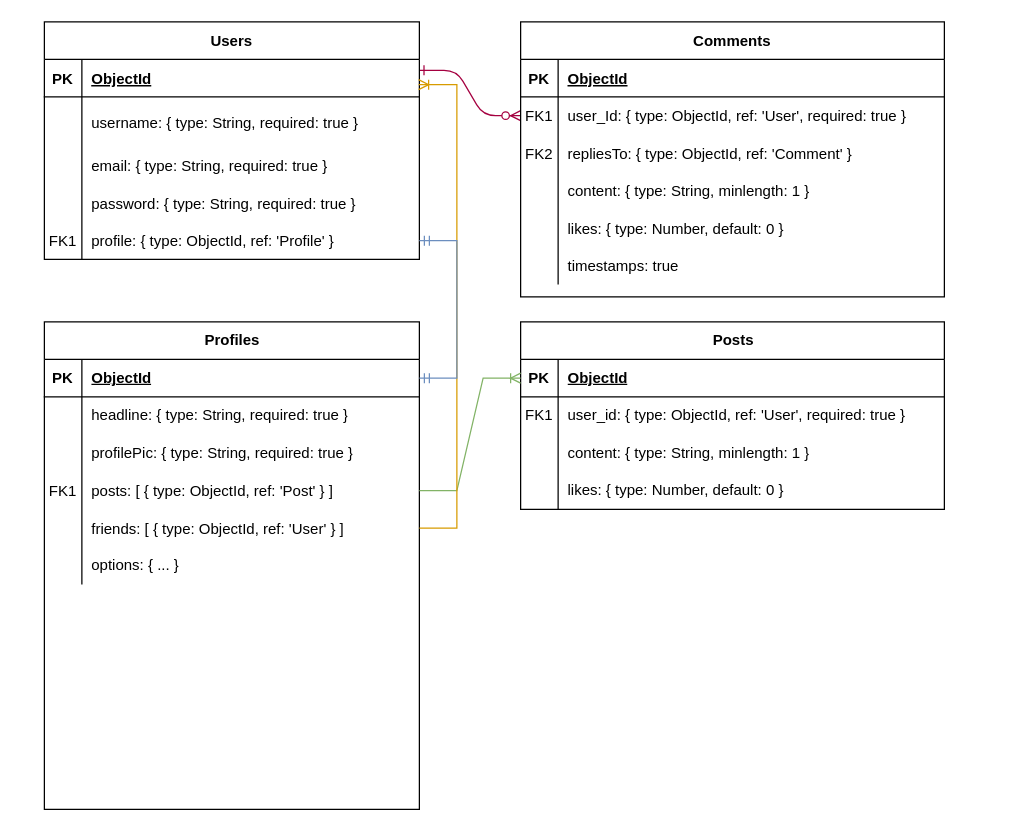
ms097530/PS-final-project keeps this draw.io diagram as SOCIALMEDIA-ERD.drawio. Above is the earlier version. Source tidied: cells renumbered, new cells numbered last; positions are measured from the earlier drawing's top-left corner, leaving out a move shared by most shapes. Both pictures are drawn from the tidied source at 125%, with x=0, y=0 at pixel (44, 21).
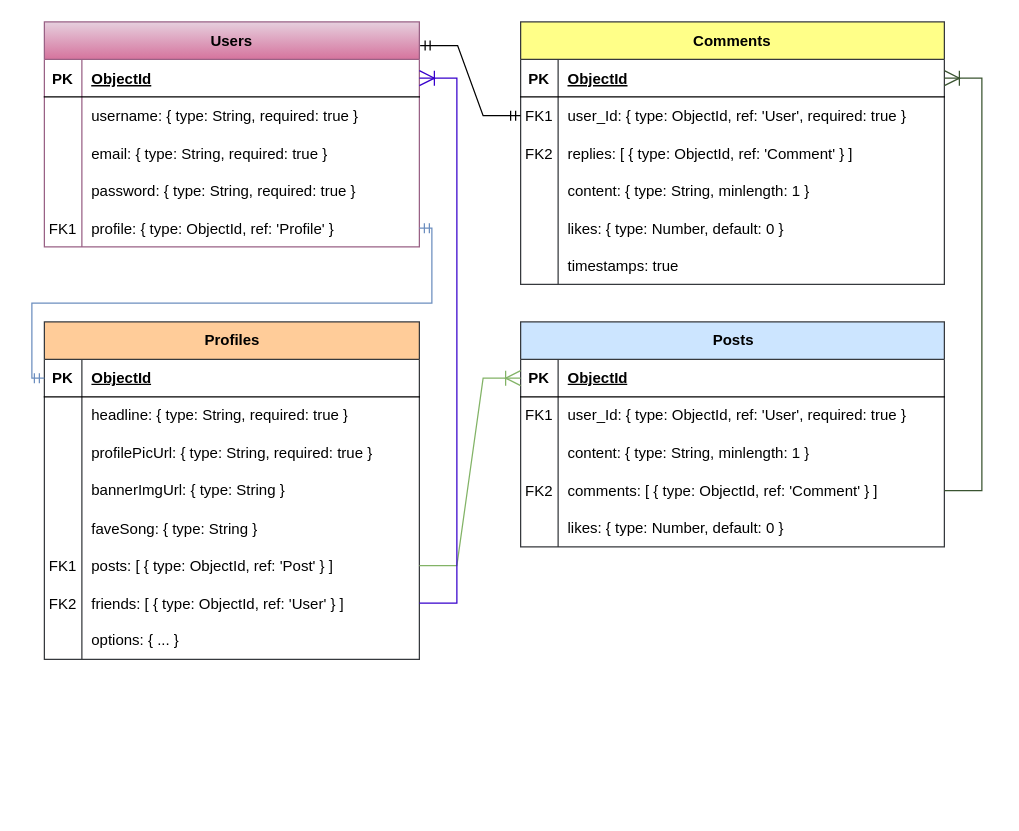
Above is the later version.

Unchanged cells that the change refers to:
```xml
<mxCell id="4" style="shape=partialRectangle;fillColor=none;points=[[0,0.5],[1,0.5]];portConstraint=eastwest;top=0;left=0;right=0;bottom=1;" parent="3" vertex="1">
  <mxGeometry y="30" width="339" height="30" as="geometry" />
</mxCell>
<mxCell id="7" style="shape=partialRectangle;fillColor=none;points=[[0,0.5],[1,0.5]];portConstraint=eastwest;top=0;left=0;right=0;bottom=0;" parent="3" vertex="1">
  <mxGeometry y="60" width="339" height="30" as="geometry" />
</mxCell>
<mxCell id="10" style="shape=tableRow;horizontal=0;startSize=0;swimlaneHead=0;swimlaneBody=0;fillColor=none;top=0;left=0;right=0;bottom=0;" parent="3" vertex="1">
  <mxGeometry y="90" width="339" height="30" as="geometry" />
</mxCell>
<mxCell id="23" style="shape=partialRectangle;fillColor=none;points=[[0,0.5],[1,0.5]];portConstraint=eastwest;top=0;left=0;right=0;bottom=1;" parent="22" vertex="1">
  <mxGeometry y="30" width="300" height="30" as="geometry" />
</mxCell>
<mxCell id="39" style="shape=tableRow;horizontal=0;startSize=0;swimlaneHead=0;swimlaneBody=0;fillColor=none;points=[[0,0.5],[1,0.5]];portConstraint=eastwest;top=0;left=0;right=0;bottom=1;" parent="38" vertex="1">
  <mxGeometry y="30" width="300" height="30" as="geometry" />
</mxCell>
<mxCell id="45" style="shape=tableRow;horizontal=0;startSize=0;swimlaneHead=0;swimlaneBody=0;fillColor=none;top=0;left=0;right=0;bottom=0;" parent="38" vertex="1">
  <mxGeometry y="90" width="300" height="30" as="geometry" />
</mxCell>
<mxCell id="58" style="shape=tableRow;horizontal=0;startSize=0;swimlaneHead=0;swimlaneBody=0;fillColor=none;points=[[0,0.5],[1,0.5]];portConstraint=eastwest;top=0;left=0;right=0;bottom=1;" parent="57" vertex="1">
  <mxGeometry y="30" width="339" height="30" as="geometry" />
</mxCell>
<mxCell id="61" style="shape=tableRow;horizontal=0;startSize=0;swimlaneHead=0;swimlaneBody=0;fillColor=none;top=0;left=0;right=0;bottom=0;" parent="57" vertex="1">
  <mxGeometry y="60" width="339" height="30" as="geometry" />
</mxCell>
```

The edit, as a diff of the source:
```diff
@@
-    <mxCell id="2" style="edgeStyle=entityRelationEdgeStyle;endArrow=ERzeroToMany;startArrow=ERone;endFill=1;startFill=0;exitX=0.999;exitY=0.293;exitDx=0;exitDy=0;exitPerimeter=0;fillColor=#d80073;strokeColor=#A50040;" parent="1" edge="1" source="23" target="7">
-      <mxGeometry relative="1" as="geometry" />
-    </mxCell>
-    <mxCell id="3" value="Comments" style="shape=table;startSize=30;childLayout=tableLayout;rowLines=0;fontStyle=1;align=center;" parent="1" vertex="1">
-      <mxGeometry x="381" width="339" height="220" as="geometry" />
+    <mxCell id="3" value="Comments" style="shape=table;startSize=30;childLayout=tableLayout;rowLines=0;fontStyle=1;align=center;fillColor=#ffff88;strokeColor=#36393d;" parent="1" vertex="1">
+      <mxGeometry x="381" width="339" height="210" as="geometry" />
     </mxCell>
@@
-    <mxCell id="12" value="repliesTo: { type: ObjectId, ref: 'Comment' }" style="shape=partialRectangle;fillColor=none;top=0;left=0;bottom=0;right=0;align=left;spacingLeft=6;overflow=hidden;" parent="10" vertex="1">
+    <mxCell id="12" value="replies: [ { type: ObjectId, ref: 'Comment' } ]" style="shape=partialRectangle;fillColor=none;top=0;left=0;bottom=0;right=0;align=left;spacingLeft=6;overflow=hidden;" parent="10" vertex="1">
       <mxGeometry x="30" width="309" height="30" as="geometry" />
     </mxCell>
@@
-    <mxCell id="22" value="Users" style="shape=table;startSize=30;childLayout=tableLayout;rowLines=0;fontStyle=1;align=center;" parent="1" vertex="1">
-      <mxGeometry width="300" height="190" as="geometry" />
+    <mxCell id="22" value="Users" style="shape=table;startSize=30;childLayout=tableLayout;rowLines=0;fontStyle=1;align=center;fillColor=#e6d0de;gradientColor=#d5739d;strokeColor=#996185;" parent="1" vertex="1">
+      <mxGeometry width="300" height="180" as="geometry" />
     </mxCell>
@@
     <mxCell id="26" style="shape=partialRectangle;fillColor=none;top=0;left=0;right=0;bottom=0;" parent="22" vertex="1">
-      <mxGeometry y="60" width="300" height="40" as="geometry" />
+      <mxGeometry y="60" width="300" height="30" as="geometry" />
     </mxCell>
     <mxCell id="27" style="shape=partialRectangle;overflow=hidden;fillColor=none;top=0;left=0;bottom=0;right=0;" parent="26" vertex="1">
-      <mxGeometry width="30" height="40" as="geometry" />
+      <mxGeometry width="30" height="30" as="geometry" />
     </mxCell>
     <mxCell id="28" value="username: { type: String, required: true }" style="shape=partialRectangle;overflow=hidden;fillColor=none;top=0;left=0;bottom=0;right=0;align=left;spacingLeft=6;" parent="26" vertex="1">
-      <mxGeometry x="30" width="270" height="40" as="geometry" />
+      <mxGeometry x="30" width="270" height="30" as="geometry" />
     </mxCell>
     <mxCell id="29" style="shape=tableRow;horizontal=0;startSize=0;swimlaneHead=0;swimlaneBody=0;fillColor=none;top=0;left=0;right=0;bottom=0;" parent="22" vertex="1">
-      <mxGeometry y="100" width="300" height="30" as="geometry" />
+      <mxGeometry y="90" width="300" height="30" as="geometry" />
     </mxCell>
@@
     <mxCell id="32" style="shape=tableRow;horizontal=0;startSize=0;swimlaneHead=0;swimlaneBody=0;fillColor=none;top=0;left=0;right=0;bottom=0;" parent="22" vertex="1">
-      <mxGeometry y="130" width="300" height="30" as="geometry" />
+      <mxGeometry y="120" width="300" height="30" as="geometry" />
     </mxCell>
@@
     <mxCell id="35" style="shape=tableRow;horizontal=0;startSize=0;swimlaneHead=0;swimlaneBody=0;fillColor=none;points=[[0,0.5],[1,0.5]];portConstraint=eastwest;top=0;left=0;right=0;bottom=0;" parent="22" vertex="1">
-      <mxGeometry y="160" width="300" height="30" as="geometry" />
+      <mxGeometry y="150" width="300" height="30" as="geometry" />
     </mxCell>
@@
-    <mxCell id="38" value="Profiles" style="shape=table;startSize=30;childLayout=tableLayout;rowLines=0;fontStyle=1;align=center;html=1;" parent="1" vertex="1">
-      <mxGeometry y="240" width="300" height="390" as="geometry" />
+    <mxCell id="38" value="Profiles" style="shape=table;startSize=30;childLayout=tableLayout;rowLines=0;fontStyle=1;align=center;html=1;fillColor=#ffcc99;strokeColor=#36393d;" parent="1" vertex="1">
+      <mxGeometry y="240" width="300" height="270" as="geometry" />
     </mxCell>
@@
-    <mxCell id="47" value="profilePic: { type: String, required: true }" style="shape=partialRectangle;fillColor=none;top=0;left=0;bottom=0;right=0;align=left;spacingLeft=6;overflow=hidden;whiteSpace=wrap;html=1;" parent="45" vertex="1">
+    <mxCell id="47" value="profilePicUrl: { type: String, required: true }" style="shape=partialRectangle;fillColor=none;top=0;left=0;bottom=0;right=0;align=left;spacingLeft=6;overflow=hidden;whiteSpace=wrap;html=1;" parent="45" vertex="1">
       <mxGeometry x="30" width="270" height="30" as="geometry" />
     </mxCell>
+    <mxCell id="73" style="shape=tableRow;horizontal=0;startSize=0;swimlaneHead=0;swimlaneBody=0;fillColor=none;top=0;left=0;right=0;bottom=0;" parent="38" vertex="1">
+      <mxGeometry y="120" width="300" height="30" as="geometry" />
+    </mxCell>
+    <mxCell id="74" style="shape=partialRectangle;fillColor=none;top=0;left=0;bottom=0;right=0;overflow=hidden;whiteSpace=wrap;html=1;" parent="73" vertex="1">
+      <mxGeometry width="30" height="30" as="geometry" />
+    </mxCell>
+    <mxCell id="75" value="bannerImgUrl: { type: String }" style="shape=partialRectangle;fillColor=none;top=0;left=0;bottom=0;right=0;align=left;spacingLeft=6;overflow=hidden;whiteSpace=wrap;html=1;" parent="73" vertex="1">
+      <mxGeometry x="30" width="270" height="30" as="geometry" />
+    </mxCell>
+    <mxCell id="76" style="shape=tableRow;horizontal=0;startSize=0;swimlaneHead=0;swimlaneBody=0;fillColor=none;top=0;left=0;right=0;bottom=0;" parent="38" vertex="1">
+      <mxGeometry y="150" width="300" height="30" as="geometry" />
+    </mxCell>
+    <mxCell id="77" style="shape=partialRectangle;fillColor=none;top=0;left=0;bottom=0;right=0;overflow=hidden;" parent="76" vertex="1">
+      <mxGeometry width="30" height="30" as="geometry" />
+    </mxCell>
+    <mxCell id="78" value="faveSong: { type: String }" style="shape=partialRectangle;fillColor=none;top=0;left=0;bottom=0;right=0;align=left;spacingLeft=6;overflow=hidden;" parent="76" vertex="1">
+      <mxGeometry x="30" width="270" height="30" as="geometry" />
+    </mxCell>
     <mxCell id="48" style="shape=tableRow;horizontal=0;startSize=0;swimlaneHead=0;swimlaneBody=0;fillColor=none;points=[[0,0.5],[1,0.5]];portConstraint=eastwest;top=0;left=0;right=0;bottom=0;" parent="38" vertex="1">
-      <mxGeometry y="120" width="300" height="30" as="geometry" />
+      <mxGeometry y="180" width="300" height="30" as="geometry" />
     </mxCell>
@@
     <mxCell id="51" style="shape=tableRow;horizontal=0;startSize=0;swimlaneHead=0;swimlaneBody=0;fillColor=none;points=[[0,0.5],[1,0.5]];portConstraint=eastwest;top=0;left=0;right=0;bottom=0;" parent="38" vertex="1">
-      <mxGeometry y="150" width="300" height="30" as="geometry" />
+      <mxGeometry y="210" width="300" height="30" as="geometry" />
     </mxCell>
-    <mxCell id="52" style="shape=partialRectangle;fillColor=none;top=0;left=0;bottom=0;right=0;overflow=hidden;" parent="51" vertex="1">
+    <mxCell id="52" value="FK2" style="shape=partialRectangle;fillColor=none;top=0;left=0;bottom=0;right=0;overflow=hidden;" parent="51" vertex="1">
       <mxGeometry width="30" height="30" as="geometry" />
     </mxCell>
@@
     <mxCell id="54" style="shape=tableRow;horizontal=0;startSize=0;swimlaneHead=0;swimlaneBody=0;fillColor=none;top=0;left=0;right=0;bottom=0;" parent="38" vertex="1">
-      <mxGeometry y="180" width="300" height="30" as="geometry" />
+      <mxGeometry y="240" width="300" height="30" as="geometry" />
     </mxCell>
@@
-    <mxCell id="57" value="Posts" style="shape=table;startSize=30;childLayout=tableLayout;rowLines=0;fontStyle=1;align=center;html=1;" parent="1" vertex="1">
-      <mxGeometry x="381" y="240" width="339" height="150" as="geometry" />
+    <mxCell id="57" value="Posts" style="shape=table;startSize=30;childLayout=tableLayout;rowLines=0;fontStyle=1;align=center;html=1;fillColor=#cce5ff;strokeColor=#36393d;" parent="1" vertex="1">
+      <mxGeometry x="381" y="240" width="339" height="180" as="geometry" />
     </mxCell>
@@
-    <mxCell id="63" value="user_id: { type: ObjectId, ref: 'User', required: true }" style="shape=partialRectangle;fillColor=none;top=0;left=0;bottom=0;right=0;align=left;spacingLeft=6;overflow=hidden;whiteSpace=wrap;html=1;" parent="61" vertex="1">
+    <mxCell id="63" value="user_Id: { type: ObjectId, ref: 'User', required: true }" style="shape=partialRectangle;fillColor=none;top=0;left=0;bottom=0;right=0;align=left;spacingLeft=6;overflow=hidden;whiteSpace=wrap;html=1;" parent="61" vertex="1">
       <mxGeometry x="30" width="309" height="30" as="geometry" />
     </mxCell>
@@
+    <mxCell id="79" style="shape=tableRow;horizontal=0;startSize=0;swimlaneHead=0;swimlaneBody=0;fillColor=none;top=0;left=0;right=0;bottom=0;" parent="57" vertex="1">
+      <mxGeometry y="120" width="339" height="30" as="geometry" />
+    </mxCell>
+    <mxCell id="80" value="FK2" style="shape=partialRectangle;fillColor=none;top=0;left=0;bottom=0;right=0;overflow=hidden;" parent="79" vertex="1">
+      <mxGeometry width="30" height="30" as="geometry" />
+    </mxCell>
+    <mxCell id="81" value="comments: [ { type: ObjectId, ref: 'Comment' } ]" style="shape=partialRectangle;fillColor=none;top=0;left=0;bottom=0;right=0;align=left;spacingLeft=6;overflow=hidden;" parent="79" vertex="1">
+      <mxGeometry x="30" width="309" height="30" as="geometry" />
+    </mxCell>
     <mxCell id="67" style="shape=tableRow;horizontal=0;startSize=0;swimlaneHead=0;swimlaneBody=0;fillColor=none;top=0;left=0;right=0;bottom=0;" parent="57" vertex="1">
-      <mxGeometry y="120" width="339" height="30" as="geometry" />
+      <mxGeometry y="150" width="339" height="30" as="geometry" />
     </mxCell>
@@
-    <mxCell id="70" style="edgeStyle=entityRelationEdgeStyle;fontSize=12;html=1;endArrow=ERoneToMany;rounded=0;entryX=0;entryY=0.5;entryDx=0;entryDy=0;exitX=1;exitY=0.5;exitDx=0;exitDy=0;fillColor=#d5e8d4;strokeColor=#82b366;" parent="1" edge="1" source="48" target="58">
+    <mxCell id="70" style="edgeStyle=entityRelationEdgeStyle;fontSize=12;html=1;endArrow=ERoneToMany;rounded=0;entryX=0;entryY=0.5;entryDx=0;entryDy=0;exitX=1;exitY=0.5;exitDx=0;exitDy=0;fillColor=#d5e8d4;strokeColor=#82b366;endSize=10;startSize=10;" parent="1" edge="1" source="48" target="58">
       <mxGeometry relative="1" as="geometry" />
     </mxCell>
-    <mxCell id="71" style="edgeStyle=entityRelationEdgeStyle;fontSize=12;html=1;endArrow=ERoneToMany;rounded=0;entryX=0.998;entryY=0.674;entryDx=0;entryDy=0;fillColor=#ffe6cc;strokeColor=#d79b00;entryPerimeter=0;" parent="1" edge="1" source="51" target="23">
-      <mxGeometry relative="1" as="geometry" />
-    </mxCell>
-    <mxCell id="72" style="edgeStyle=entityRelationEdgeStyle;fontSize=12;html=1;endArrow=ERmandOne;startArrow=ERmandOne;rounded=0;entryX=1;entryY=0.5;entryDx=0;entryDy=0;exitX=1;exitY=0.5;exitDx=0;exitDy=0;fillColor=#dae8fc;strokeColor=#6c8ebf;jumpSize=6;startSize=6;" parent="1" edge="1" source="39" target="35">
+    <mxCell id="72" style="edgeStyle=orthogonalEdgeStyle;fontSize=12;html=1;endArrow=ERmandOne;startArrow=ERmandOne;rounded=0;fillColor=#dae8fc;strokeColor=#6c8ebf;jumpSize=6;startSize=6;endSize=6;" parent="1" edge="1" source="39" target="35">
       <mxGeometry relative="1" as="geometry" />
     </mxCell>
+    <mxCell id="82" style="fontSize=12;html=1;endArrow=ERoneToMany;rounded=0;edgeStyle=entityRelationEdgeStyle;elbow=vertical;fillColor=#6a00ff;strokeColor=#3700CC;endSize=10;startSize=10;entryX=1;entryY=0.25;entryDx=0;entryDy=0;" parent="1" edge="1" source="51" target="22">
+      <mxGeometry relative="1" as="geometry" />
+    </mxCell>
+    <mxCell id="83" style="edgeStyle=entityRelationEdgeStyle;fontSize=12;html=1;endArrow=ERoneToMany;rounded=0;endSize=10;startSize=10;fillColor=#6d8764;strokeColor=#3A5431;exitX=1;exitY=0.75;exitDx=0;exitDy=0;entryX=1;entryY=0.5;entryDx=0;entryDy=0;" parent="1" edge="1" source="57" target="4">
+      <mxGeometry relative="1" as="geometry" />
+    </mxCell>
+    <mxCell id="84" style="edgeStyle=entityRelationEdgeStyle;fontSize=12;html=1;endArrow=ERmandOne;startArrow=ERmandOne;rounded=0;exitX=1.002;exitY=0.105;exitDx=0;exitDy=0;exitPerimeter=0;" parent="1" edge="1" source="22" target="7">
+      <mxGeometry relative="1" as="geometry" />
+    </mxCell>
```
